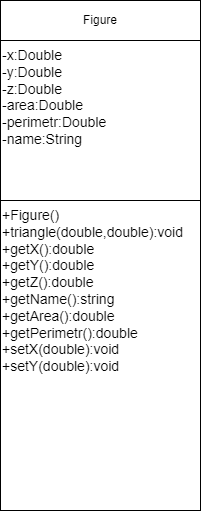
The draw.io diagram Lab2_simple_class/UML.png in NikitaMon/OOP, before a commit. Source tidied: cells renumbered, new cells last; positions are measured from the earlier drawing's top-left corner, leaving out a move shared by most shapes. Source of this version:
```xml
<mxGraphModel>
  <root>
    <mxCell id="0" />
    <mxCell id="1" parent="0" />
    <mxCell id="2" style="rounded=0;whiteSpace=wrap;html=1;" parent="1" vertex="1">
      <mxGeometry width="200" height="40" as="geometry" />
    </mxCell>
    <mxCell id="3" value="Figure" style="text;html=1;strokeColor=none;fillColor=none;align=center;verticalAlign=middle;whiteSpace=wrap;rounded=0;" parent="1" vertex="1">
      <mxGeometry x="70" y="5" width="60" height="30" as="geometry" />
    </mxCell>
    <mxCell id="4" style="rounded=0;whiteSpace=wrap;html=1;" parent="1" vertex="1">
      <mxGeometry y="40" width="200" height="160" as="geometry" />
    </mxCell>
    <mxCell id="5" value="&lt;font style=&quot;font-size: 14px;&quot;&gt;-x:Double&lt;br&gt;-y:Double&lt;br&gt;-z:Double&lt;br&gt;-area:Double&lt;br&gt;-perimetr:Double&lt;br&gt;-name:String&lt;/font&gt;" style="text;html=1;strokeColor=none;fillColor=none;align=left;verticalAlign=top;whiteSpace=wrap;rounded=0;" parent="1" vertex="1">
      <mxGeometry y="40" width="200" height="160" as="geometry" />
    </mxCell>
    <mxCell id="6" style="rounded=0;whiteSpace=wrap;html=1;" parent="1" vertex="1">
      <mxGeometry y="200" width="200" height="310" as="geometry" />
    </mxCell>
    <mxCell id="7" value="&lt;font style=&quot;font-size: 14px;&quot;&gt;+Figure()&lt;br&gt;+triangle(double,double):void&lt;br&gt;+getX():double&amp;nbsp;&lt;br&gt;+getY():double&amp;nbsp;&lt;br&gt;+getZ():double&amp;nbsp;&lt;br&gt;+getName():string&amp;nbsp;&lt;br&gt;+getArea():double&lt;br&gt;+getPerimetr():double&lt;br&gt;+setX(double):void&lt;br&gt;+setY(double):void&lt;br&gt;&lt;/font&gt;" style="text;html=1;strokeColor=none;fillColor=none;align=left;verticalAlign=top;whiteSpace=wrap;rounded=0;spacing=2;" parent="1" vertex="1">
      <mxGeometry y="200" width="200" height="300" as="geometry" />
    </mxCell>
  </root>
</mxGraphModel>
```
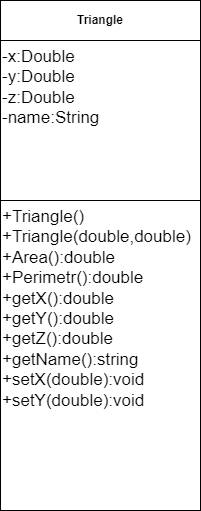
Above is the later version.

Commit message:
ver 1 + uml

What changed in the source:
```diff
@@ -5,20 +5,14 @@
     <mxCell id="2" style="rounded=0;whiteSpace=wrap;html=1;" parent="1" vertex="1">
       <mxGeometry width="200" height="40" as="geometry" />
     </mxCell>
-    <mxCell id="3" value="Figure" style="text;html=1;strokeColor=none;fillColor=none;align=center;verticalAlign=middle;whiteSpace=wrap;rounded=0;" parent="1" vertex="1">
+    <mxCell id="3" value="Triangle" style="text;html=1;strokeColor=none;fillColor=none;align=center;verticalAlign=middle;whiteSpace=wrap;rounded=0;fontStyle=1;" parent="1" vertex="1">
       <mxGeometry x="70" y="5" width="60" height="30" as="geometry" />
     </mxCell>
-    <mxCell id="4" style="rounded=0;whiteSpace=wrap;html=1;" parent="1" vertex="1">
+    <mxCell id="4" value="-x:Double&lt;br style=&quot;border-color: var(--border-color); font-size: 17px;&quot;&gt;&lt;span style=&quot;font-size: 17px;&quot;&gt;-y:Double&lt;/span&gt;&lt;br style=&quot;border-color: var(--border-color); font-size: 17px;&quot;&gt;&lt;span style=&quot;font-size: 17px;&quot;&gt;-z:Double&lt;/span&gt;&lt;br style=&quot;border-color: var(--border-color); font-size: 17px;&quot;&gt;&lt;span style=&quot;font-size: 17px;&quot;&gt;-name:String&lt;/span&gt;" style="rounded=0;whiteSpace=wrap;html=1;align=left;verticalAlign=top;fontSize=17;fontFamily=Helvetica;" parent="1" vertex="1">
       <mxGeometry y="40" width="200" height="160" as="geometry" />
     </mxCell>
-    <mxCell id="5" value="&lt;font style=&quot;font-size: 14px;&quot;&gt;-x:Double&lt;br&gt;-y:Double&lt;br&gt;-z:Double&lt;br&gt;-area:Double&lt;br&gt;-perimetr:Double&lt;br&gt;-name:String&lt;/font&gt;" style="text;html=1;strokeColor=none;fillColor=none;align=left;verticalAlign=top;whiteSpace=wrap;rounded=0;" parent="1" vertex="1">
-      <mxGeometry y="40" width="200" height="160" as="geometry" />
-    </mxCell>
-    <mxCell id="6" style="rounded=0;whiteSpace=wrap;html=1;" parent="1" vertex="1">
+    <mxCell id="6" value="+Triangle()&lt;br style=&quot;border-color: var(--border-color); font-size: 17px;&quot;&gt;&lt;span style=&quot;font-size: 17px;&quot;&gt;+Triangle(double,double)&lt;br style=&quot;font-size: 17px;&quot;&gt;&lt;/span&gt;+Area():double&lt;br style=&quot;border-color: var(--border-color); font-size: 17px;&quot;&gt;&lt;span style=&quot;border-color: var(--border-color); font-size: 17px;&quot;&gt;+Perimetr():double&lt;/span&gt;&lt;br style=&quot;border-color: var(--border-color); font-size: 17px;&quot;&gt;&lt;span style=&quot;font-size: 17px;&quot;&gt;+getX():double&amp;nbsp;&lt;/span&gt;&lt;br style=&quot;border-color: var(--border-color); font-size: 17px;&quot;&gt;&lt;span style=&quot;font-size: 17px;&quot;&gt;+getY():double&amp;nbsp;&lt;/span&gt;&lt;br style=&quot;border-color: var(--border-color); font-size: 17px;&quot;&gt;&lt;span style=&quot;font-size: 17px;&quot;&gt;+getZ():double&amp;nbsp;&lt;/span&gt;&lt;br style=&quot;border-color: var(--border-color); font-size: 17px;&quot;&gt;&lt;span style=&quot;font-size: 17px;&quot;&gt;+getName():string&amp;nbsp;&lt;/span&gt;&lt;br style=&quot;border-color: var(--border-color); font-size: 17px;&quot;&gt;&lt;span style=&quot;font-size: 17px;&quot;&gt;+setX(double):void&lt;/span&gt;&lt;br style=&quot;border-color: var(--border-color); font-size: 17px;&quot;&gt;&lt;span style=&quot;font-size: 17px;&quot;&gt;+setY(double):void&lt;/span&gt;&lt;br style=&quot;border-color: var(--border-color); font-size: 17px;&quot;&gt;" style="rounded=0;whiteSpace=wrap;html=1;align=left;verticalAlign=top;fontSize=17;fontFamily=Helvetica;" parent="1" vertex="1">
       <mxGeometry y="200" width="200" height="310" as="geometry" />
     </mxCell>
-    <mxCell id="7" value="&lt;font style=&quot;font-size: 14px;&quot;&gt;+Figure()&lt;br&gt;+triangle(double,double):void&lt;br&gt;+getX():double&amp;nbsp;&lt;br&gt;+getY():double&amp;nbsp;&lt;br&gt;+getZ():double&amp;nbsp;&lt;br&gt;+getName():string&amp;nbsp;&lt;br&gt;+getArea():double&lt;br&gt;+getPerimetr():double&lt;br&gt;+setX(double):void&lt;br&gt;+setY(double):void&lt;br&gt;&lt;/font&gt;" style="text;html=1;strokeColor=none;fillColor=none;align=left;verticalAlign=top;whiteSpace=wrap;rounded=0;spacing=2;" parent="1" vertex="1">
-      <mxGeometry y="200" width="200" height="300" as="geometry" />
-    </mxCell>
   </root>
 </mxGraphModel>
```
